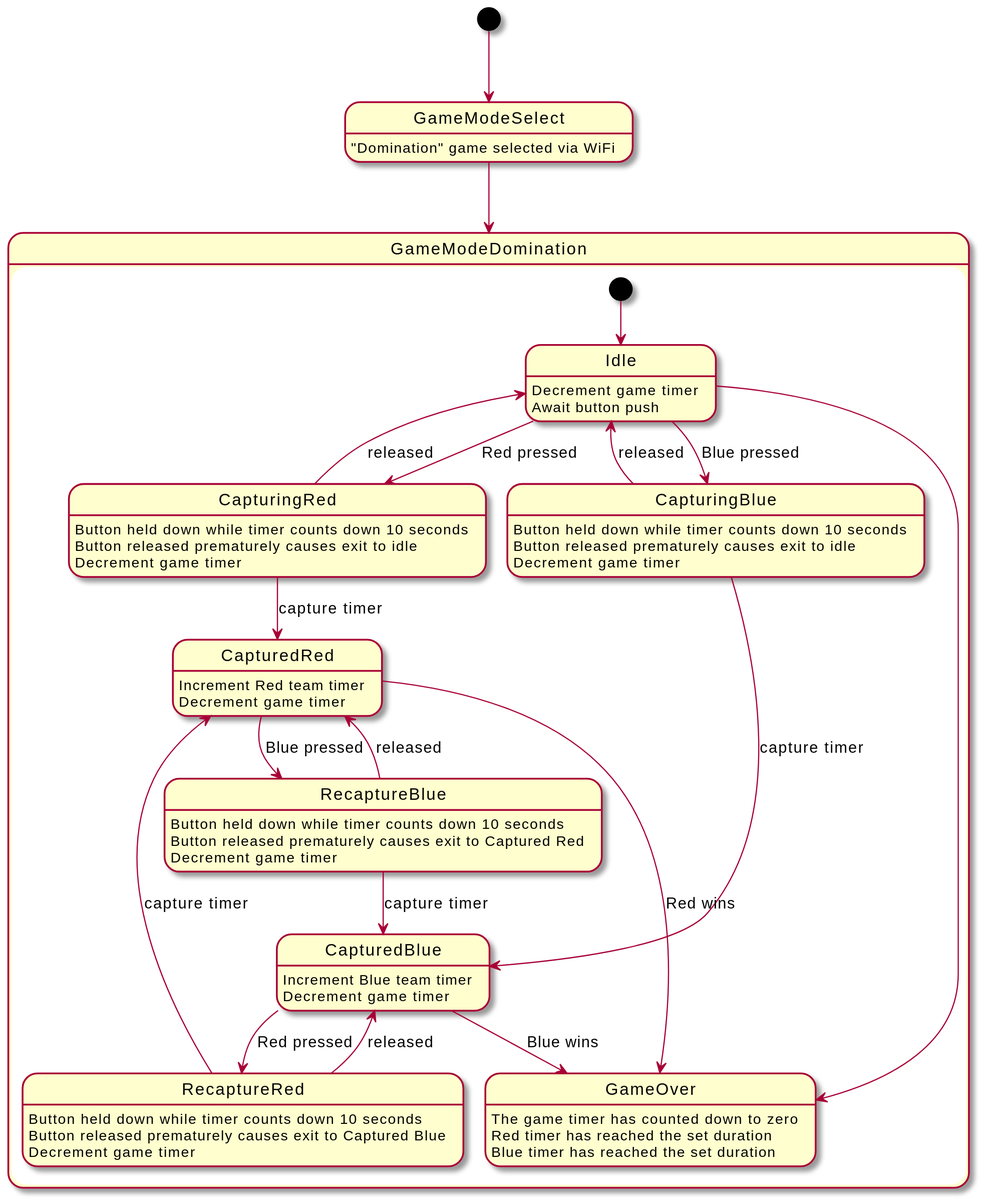
Before: docs/games/domination/states_diagram.svg, a diagram exported from PlantUML (hackerceo/milsim-prop-alpha). The source it was exported from:
```plantuml
@startuml
scale 1400 width
[*] --> GameModeSelect
GameModeSelect : "Domination" game selected via WiFi
GameModeSelect --> GameModeDomination

state GameModeDomination {
  [*] --> Idle
  Idle : Decrement game timer
  Idle : Await button push

  Idle --> CapturingRed : Red pressed
  CapturingRed : Button held down while timer counts down 10 seconds
  CapturingRed : Button released prematurely causes exit to idle
  CapturingRed : Decrement game timer
  CapturingRed --> Idle : released
  CapturingRed --> CapturedRed : capture timer
  CapturedRed : Increment Red team timer
  CapturedRed : Decrement game timer
  CapturedRed --> RecaptureBlue : Blue pressed
  RecaptureBlue --> CapturedRed : released
  RecaptureBlue --> CapturedBlue : capture timer
  RecaptureBlue : Button held down while timer counts down 10 seconds
  RecaptureBlue : Button released prematurely causes exit to Captured Red
  RecaptureBlue : Decrement game timer


  Idle --> CapturingBlue : Blue pressed
  CapturingBlue : Button held down while timer counts down 10 seconds
  CapturingBlue : Button released prematurely causes exit to idle
  CapturingBlue : Decrement game timer
  CapturingBlue  --> Idle : released
  CapturingBlue --> CapturedBlue : capture timer
  CapturedBlue : Increment Blue team timer
  CapturedBlue : Decrement game timer
  CapturedBlue --> RecaptureRed : Red pressed
  RecaptureRed --> CapturedBlue : released
  RecaptureRed --> CapturedRed : capture timer
  RecaptureRed : Button held down while timer counts down 10 seconds
  RecaptureRed : Button released prematurely causes exit to Captured Blue
  RecaptureRed : Decrement game timer

  GameOver : The game timer has counted down to zero
  GameOver : Red timer has reached the set duration
  GameOver : Blue timer has reached the set duration
  CapturedBlue --> GameOver : Blue wins
  CapturedRed --> GameOver : Red wins
  Idle --> GameOver
}
@enduml
```
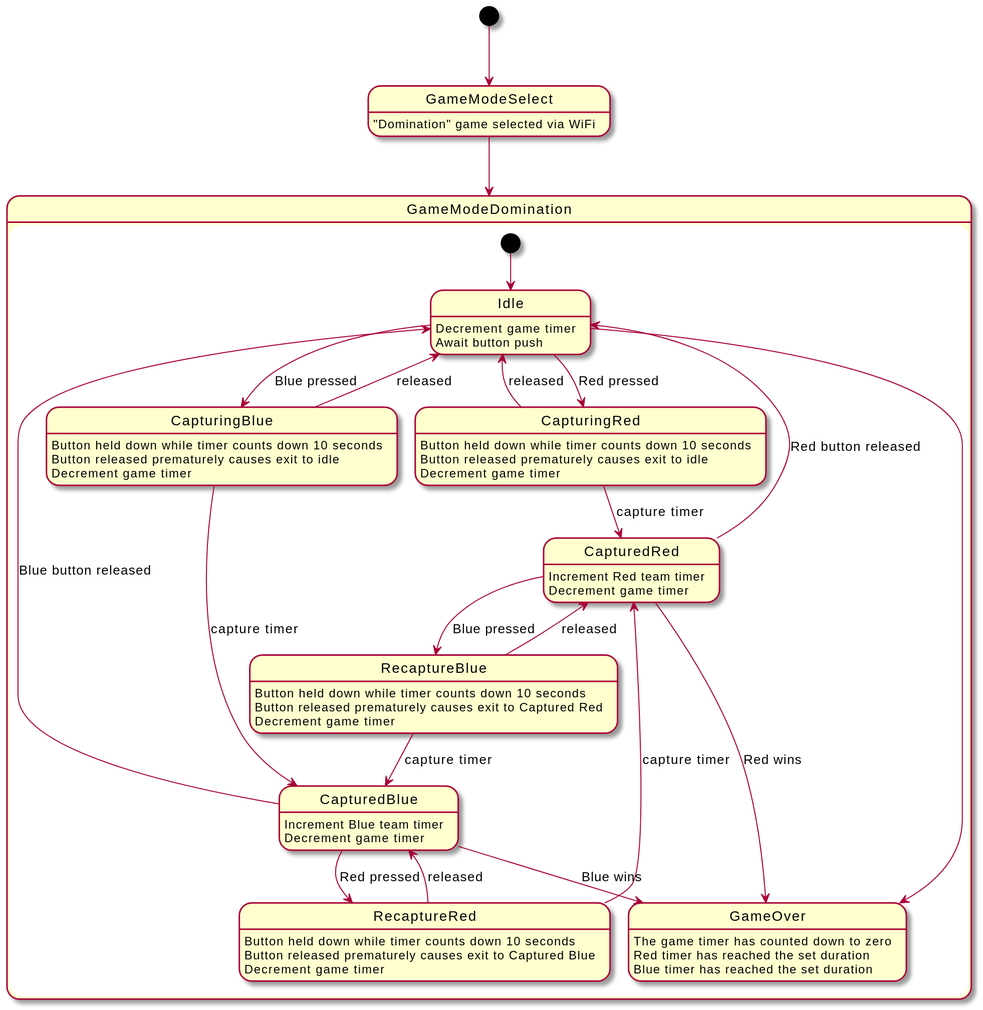
The same file after the commit.

Commit message:
Adds prototype domination code, updates domination state diagram

Change to the diagram source:
```diff
@@ -18,6 +18,7 @@
   CapturedRed : Increment Red team timer
   CapturedRed : Decrement game timer
   CapturedRed --> RecaptureBlue : Blue pressed
+  CapturedRed --> Idle : Red button released
   RecaptureBlue --> CapturedRed : released
   RecaptureBlue --> CapturedBlue : capture timer
   RecaptureBlue : Button held down while timer counts down 10 seconds
@@ -34,6 +35,7 @@
   CapturedBlue : Increment Blue team timer
   CapturedBlue : Decrement game timer
   CapturedBlue --> RecaptureRed : Red pressed
+  CapturedBlue --> Idle : Blue button released
   RecaptureRed --> CapturedBlue : released
   RecaptureRed --> CapturedRed : capture timer
   RecaptureRed : Button held down while timer counts down 10 seconds
```
